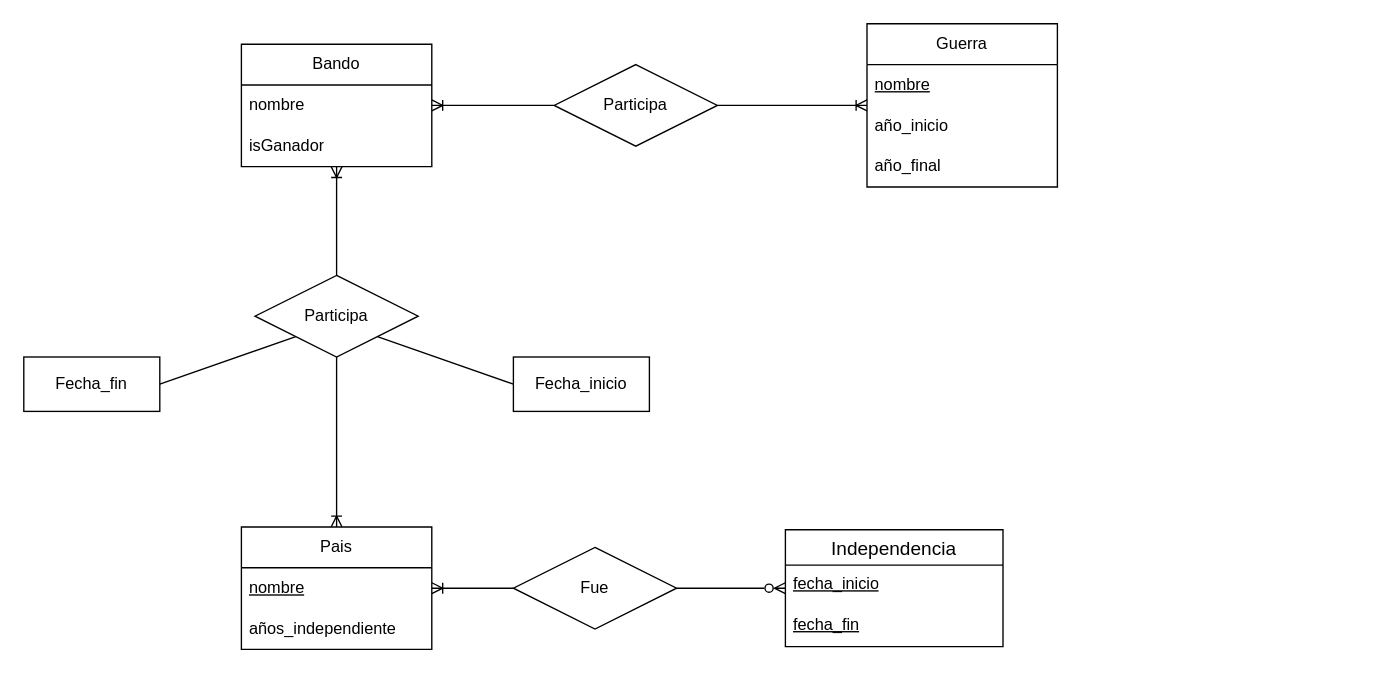
This is page "Página-1" (1 of 2) of TA12Ej4.drawio from AlejandroCara/acr-tsys-modeloER-drawio-1110, a draw.io file, before an edit. Source tidied: cells renumbered, new cells numbered last; positions are measured from the earlier drawing's top-left corner, leaving out a move shared by most shapes. Both pictures are drawn from the tidied source at 136%, with x=0, y=0 at pixel (23, 23).
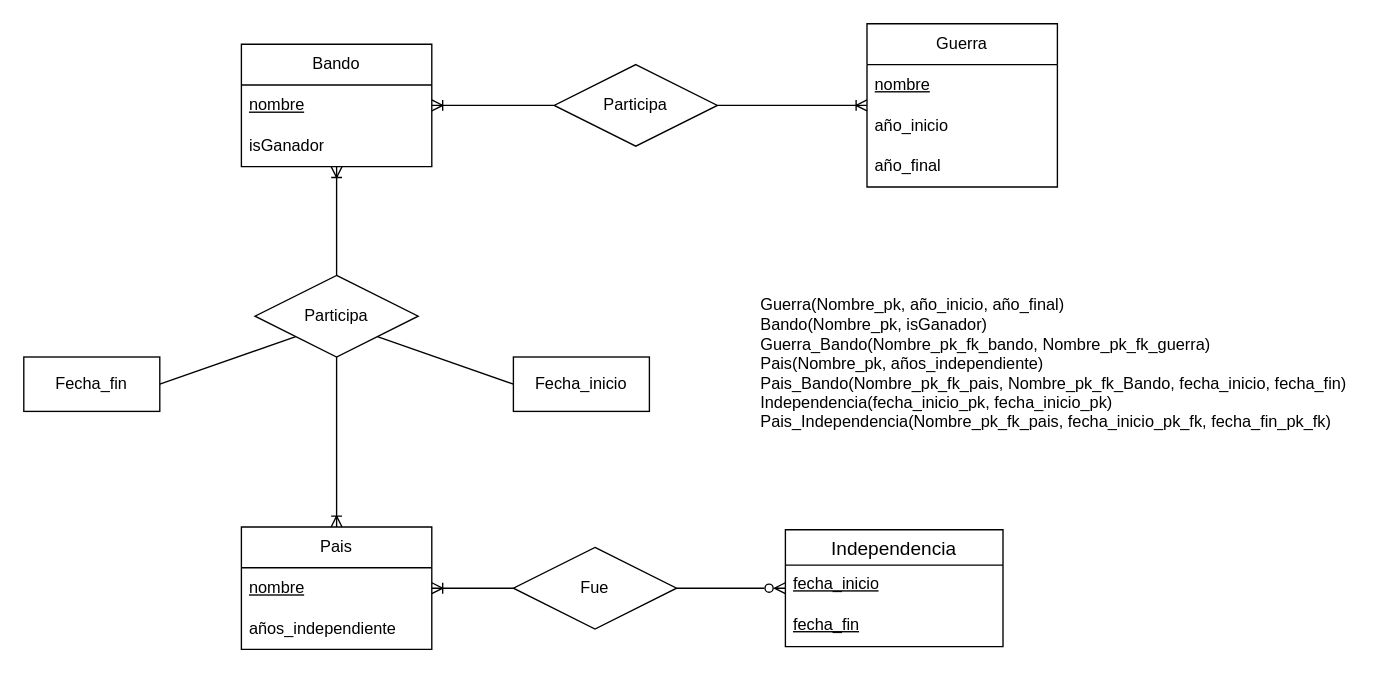
The same diagram, later.

Commit message:
Modelo racional TA12Ej4.drawio

The change refers to these unchanged cells:
```xml
<mxCell id="22" value="Bando" style="swimlane;fontStyle=0;horizontal=1;startSize=30;whiteSpace=wrap;html=1;" parent="1" vertex="1">
  <mxGeometry x="160" y="15" width="140" height="90" as="geometry" />
</mxCell>
```

What changed in the source:
```diff
@@
-    <mxCell id="23" value="nombre" style="text;strokeColor=none;fillColor=none;align=left;verticalAlign=middle;spacingLeft=4;spacingRight=4;overflow=hidden;whiteSpace=wrap;html=1;" parent="22" vertex="1">
+    <mxCell id="23" value="&lt;u&gt;nombre&lt;/u&gt;" style="text;strokeColor=none;fillColor=none;align=left;verticalAlign=middle;spacingLeft=4;spacingRight=4;overflow=hidden;whiteSpace=wrap;html=1;" parent="22" vertex="1">
       <mxGeometry y="30" width="140" height="30" as="geometry" />
     </mxCell>
@@
+    <mxCell id="28" value="&lt;div align=&quot;left&quot;&gt;Guerra(Nombre_pk, año_inicio, año_final)&lt;/div&gt;&lt;div align=&quot;left&quot;&gt;Bando(Nombre_pk, isGanador)&lt;/div&gt;&lt;div align=&quot;left&quot;&gt;Guerra_Bando(Nombre_pk_fk_bando, Nombre_pk_fk_guerra)&lt;/div&gt;&lt;div align=&quot;left&quot;&gt;Pais(Nombre_pk, años_independiente)&lt;/div&gt;&lt;div align=&quot;left&quot;&gt;Pais_Bando(Nombre_pk_fk_pais, Nombre_pk_fk_Bando, fecha_inicio, fecha_fin)&lt;/div&gt;&lt;div align=&quot;left&quot;&gt;Independencia(fecha_inicio_pk, fecha_inicio_pk)&lt;/div&gt;&lt;div align=&quot;left&quot;&gt;Pais_Independencia(Nombre_pk_fk_pais, fecha_inicio_pk_fk, fecha_fin_pk_fk)&lt;br&gt; &lt;/div&gt;" style="text;html=1;strokeColor=none;fillColor=none;align=left;verticalAlign=middle;whiteSpace=wrap;rounded=0;" parent="1" vertex="1">
+      <mxGeometry x="540" y="185" width="450" height="130" as="geometry" />
+    </mxCell>
```
